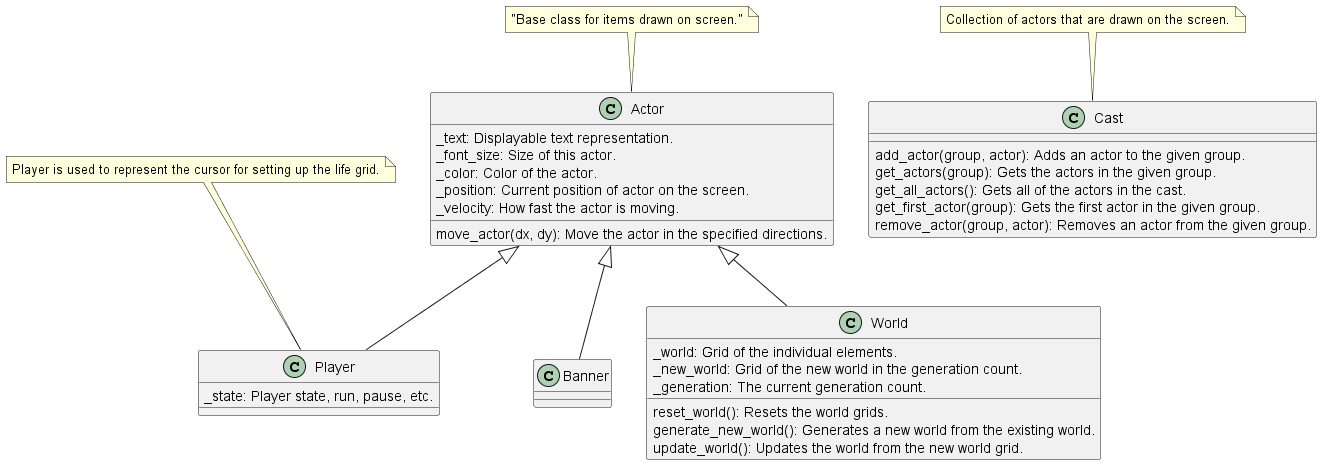
This is out/class_diagrams/Actor-Class.png from mscottreynolds/cse210-06, a PlantUML export, as it was before one commit. Source of this version:
```plantuml
@startuml Actor-Class

class Actor {
    _text: Displayable text representation.
    _font_size: Size of this actor.
    _color: Color of the actor.
    _position: Current position of actor on the screen.
    _velocity: How fast the actor is moving.

    move_actor(dx, dy): Move the actor in the specified directions.
}
note top: "Base class for items drawn on screen."

class Banner {
}
Actor <|-- Banner

class World {
    _world: Grid of the individual elements.
    _new_world: Grid of the new world in the generation count.
    _generation: The current generation count.

  reset_world(): Resets the world grids.
  generate_new_world(): Generates a new world from the existing world.
  update_world(): Updates the world from the new world grid.
}
Actor <|-- World

class Player {
  _state: Player state, run, pause, etc.
}
note top: Player is used to represent the cursor for setting up the life grid.
Actor <|-- Player

class Cast {
    add_actor(group, actor): Adds an actor to the given group.
    get_actors(group): Gets the actors in the given group.
    get_all_actors(): Gets all of the actors in the cast.
    get_first_actor(group): Gets the first actor in the given group.
    remove_actor(group, actor): Removes an actor from the given group.
}
note top: Collection of actors that are drawn on the screen.

@enduml
```
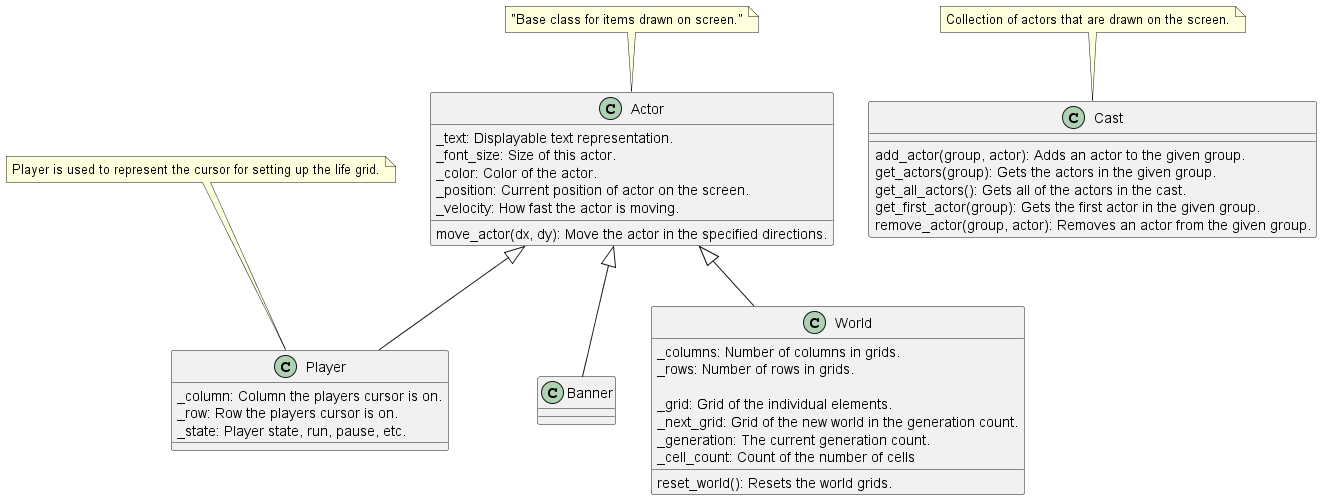
After the change.

Diff of the diagram source:
```diff
@@ -16,18 +16,22 @@
 Actor <|-- Banner
 
 class World {
-    _world: Grid of the individual elements.
-    _new_world: Grid of the new world in the generation count.
+    _columns: Number of columns in grids.
+    _rows: Number of rows in grids.
+
+    _grid: Grid of the individual elements.
+    _next_grid: Grid of the new world in the generation count.
     _generation: The current generation count.
+    _cell_count: Count of the number of cells
 
   reset_world(): Resets the world grids.
-  generate_new_world(): Generates a new world from the existing world.
-  update_world(): Updates the world from the new world grid.
 }
 Actor <|-- World
 
 class Player {
-  _state: Player state, run, pause, etc.
+    _column: Column the players cursor is on.
+    _row: Row the players cursor is on.
+    _state: Player state, run, pause, etc.
 }
 note top: Player is used to represent the cursor for setting up the life grid.
 Actor <|-- Player
```
